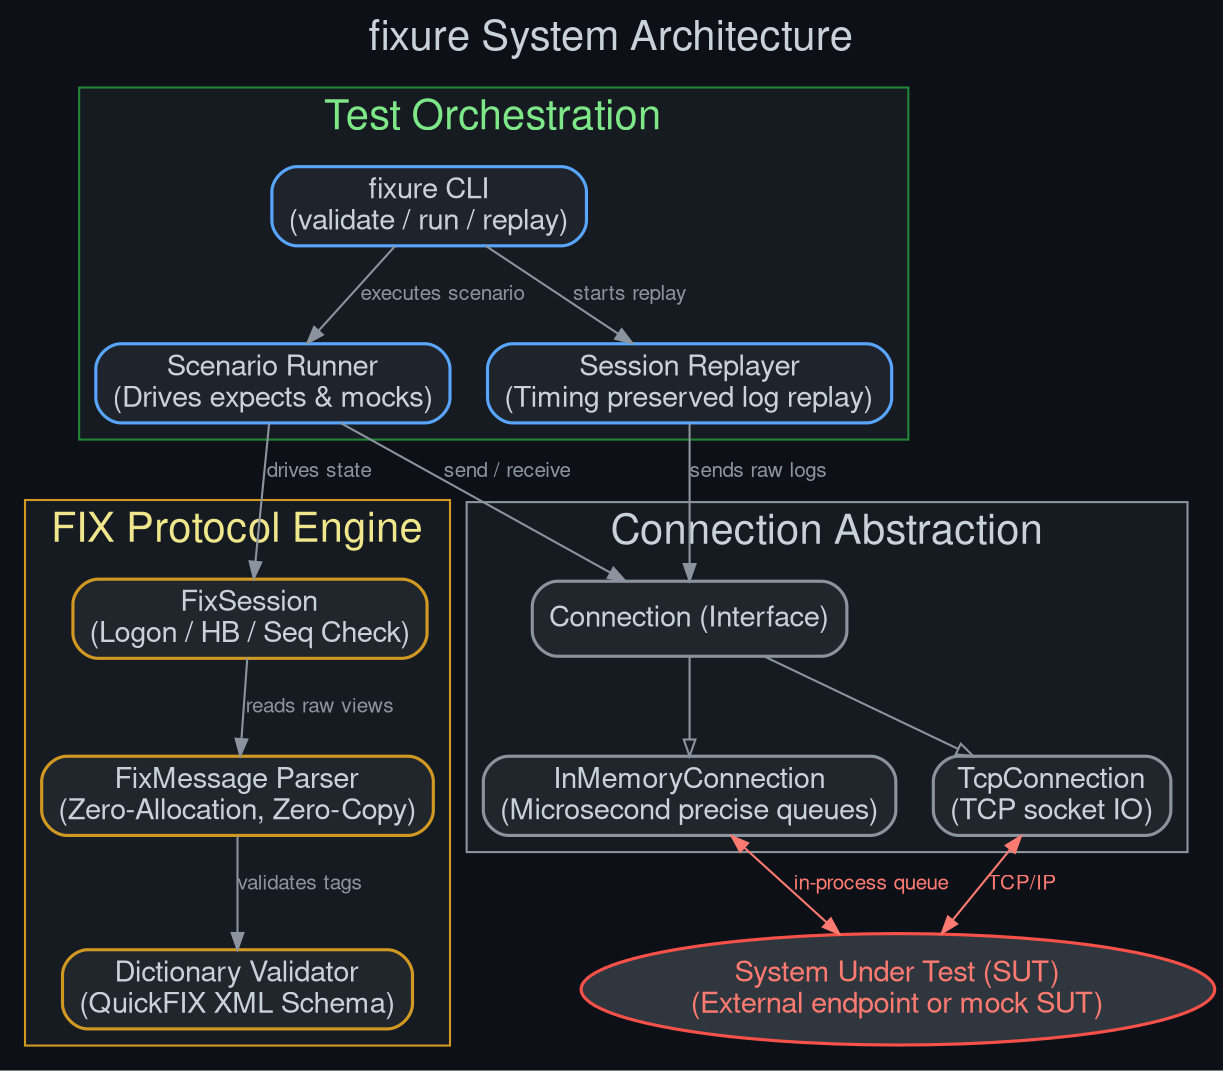
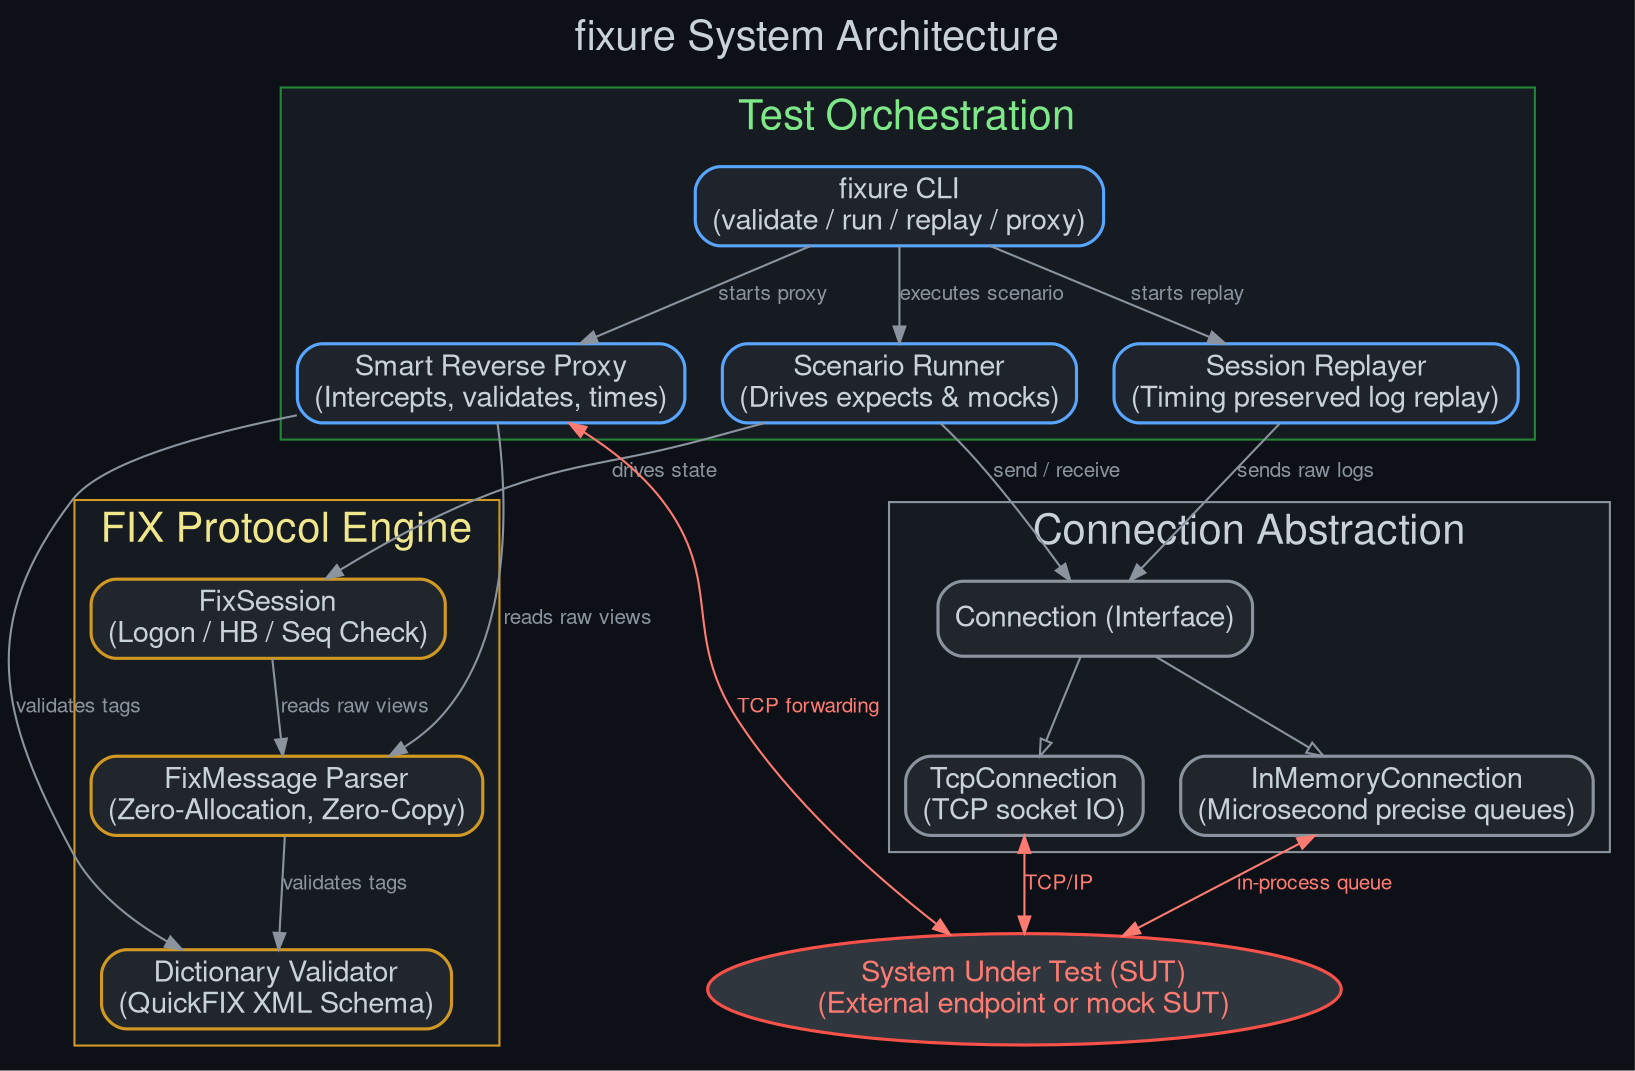
digraph G {
    fontname="Helvetica,Arial,sans-serif"
    node [fontname="Helvetica,Arial,sans-serif"]
    edge [fontname="Helvetica,Arial,sans-serif"]

    // General styling
    bgcolor="#0d1117"
    label="fixure System Architecture"
    labelloc="t"
    labeljust="c"
    fontsize=20
    fontcolor="#c9d1d9"
    rankdir=TB

    // Node defaults
    node [
        shape=box
        style="filled,rounded"
        fillcolor="#161b22"
        color="#30363d"
        fontcolor="#c9d1d9"
        penwidth=1.5
    ]

    // Edges default
    edge [
        color="#8b949e"
        fontcolor="#8b949e"
        fontsize=10
        arrowsize=0.8
    ]

    // Subgraphs / Clusters
    subgraph cluster_orchestration {
        label="Test Orchestration"
        style="filled"
        fillcolor="#161b22"
        color="#238636"
        fontcolor="#7ee787"

-         cli [label="fixure CLI\n(validate / run / replay)" fillcolor="#1f242c" color="#58a6ff"]
+         cli [label="fixure CLI\n(validate / run / replay / proxy)" fillcolor="#1f242c" color="#58a6ff"]
        runner [label="Scenario Runner\n(Drives expects & mocks)" fillcolor="#1f242c" color="#58a6ff"]
        replayer [label="Session Replayer\n(Timing preserved log replay)" fillcolor="#1f242c" color="#58a6ff"]
+         proxy [label="Smart Reverse Proxy\n(Intercepts, validates, times)" fillcolor="#1f242c" color="#58a6ff"]
    }

    subgraph cluster_fix_engine {
        label="FIX Protocol Engine"
        style="filled"
        fillcolor="#161b22"
        color="#d29922"
        fontcolor="#f0e68c"

        session [label="FixSession\n(Logon / HB / Seq Check)" fillcolor="#21262d" color="#d29922"]
        parser [label="FixMessage Parser\n(Zero-Allocation, Zero-Copy)" fillcolor="#21262d" color="#d29922"]
        dict [label="Dictionary Validator\n(QuickFIX XML Schema)" fillcolor="#21262d" color="#d29922"]
    }

    subgraph cluster_io {
        label="Connection Abstraction"
        style="filled"
        fillcolor="#161b22"
        color="#8b949e"
        fontcolor="#c9d1d9"

        conn_if [label="Connection (Interface)" fillcolor="#21262d" color="#8b949e"]
        in_memory [label="InMemoryConnection\n(Microsecond precise queues)" fillcolor="#21262d" color="#8b949e"]
        tcp_conn [label="TcpConnection\n(TCP socket IO)" fillcolor="#21262d" color="#8b949e"]
    }

    sut [label="System Under Test (SUT)\n(External endpoint or mock SUT)" fillcolor="#30363d" color="#f85149" fontcolor="#ff7b72" shape=ellipse]

    // Connections
    cli -> runner [label="executes scenario"]
    cli -> replayer [label="starts replay"]
+     cli -> proxy [label="starts proxy"]

    runner -> session [label="drives state"]
    replayer -> conn_if [label="sends raw logs"]

    runner -> conn_if [label="send / receive"]

    session -> parser [label="reads raw views"]
    parser -> dict [label="validates tags"]

+     proxy -> parser [label="reads raw views"]
+     proxy -> dict [label="validates tags"]
+     proxy -> sut [label="TCP forwarding" dir=both color="#ff7b72" fontcolor="#ff7b72"]
+ 
    conn_if -> in_memory [arrowhead=onormal]
    conn_if -> tcp_conn [arrowhead=onormal]

    tcp_conn -> sut [label="TCP/IP" dir=both color="#ff7b72" fontcolor="#ff7b72"]
    in_memory -> sut [label="in-process queue" dir=both color="#ff7b72" fontcolor="#ff7b72"]
}
